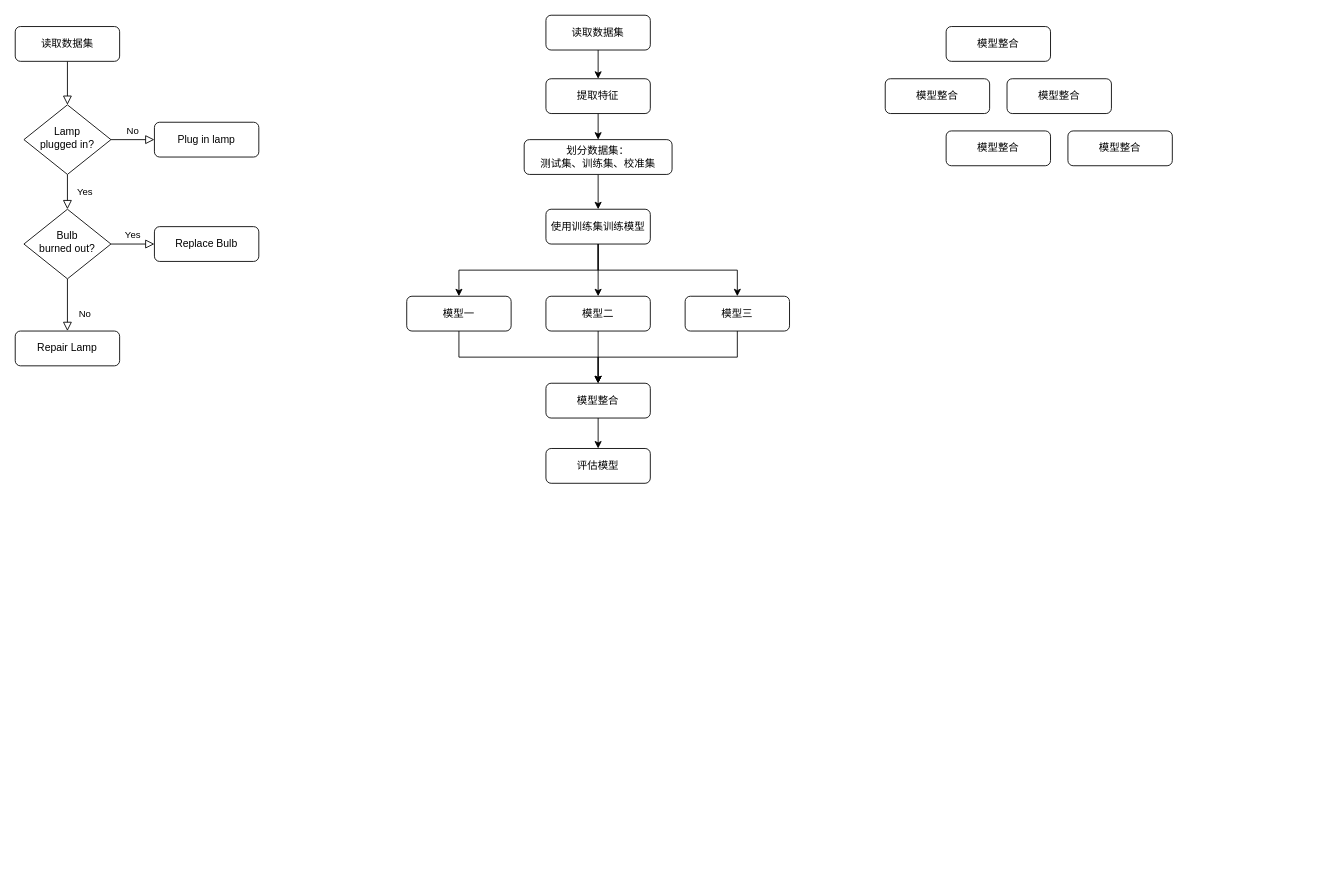
Wanwan0407/WanwanWork keeps this draw.io diagram as 未命名绘图.drawio. Above is the earlier version. Source tidied: cells renumbered, new cells numbered last; positions are measured from the earlier drawing's top-left corner, leaving out a move shared by most shapes. Both pictures are drawn from the tidied source at 87%, with x=0, y=0 at pixel (15, 15).
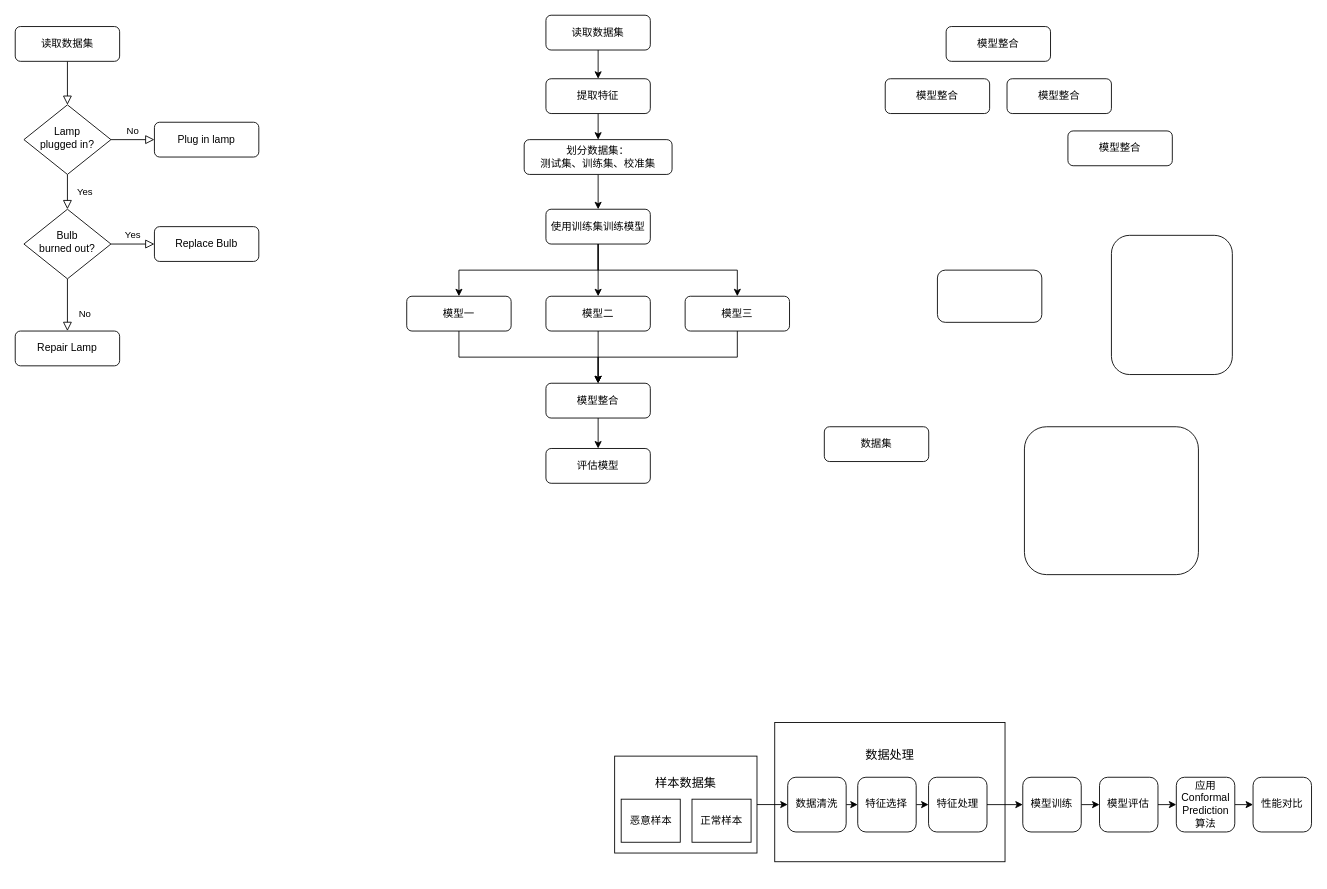
The same diagram, later.

Commit message:
更新未命名绘图.drawio

What changed in the source:
```diff
@@
-    <mxCell id="35" value="模型整合" style="rounded=1;whiteSpace=wrap;html=1;fontSize=12;glass=0;strokeWidth=1;shadow=0;" parent="1" vertex="1">
-      <mxGeometry x="1070" y="133" width="120" height="40" as="geometry" />
+    <mxCell id="35" style="rounded=1;whiteSpace=wrap;html=1;fontSize=12;glass=0;strokeWidth=1;shadow=0;" parent="1" vertex="1">
+      <mxGeometry x="1160" y="473" width="200" height="170" as="geometry" />
     </mxCell>
@@
+    <mxCell id="37" style="rounded=1;whiteSpace=wrap;html=1;" parent="1" vertex="1">
+      <mxGeometry x="1260" y="253" width="139" height="160" as="geometry" />
+    </mxCell>
+    <mxCell id="38" style="edgeStyle=orthogonalEdgeStyle;rounded=0;orthogonalLoop=1;jettySize=auto;html=1;exitX=0.5;exitY=1;exitDx=0;exitDy=0;" parent="1" edge="1" source="37" target="37">
+      <mxGeometry relative="1" as="geometry" />
+    </mxCell>
+    <mxCell id="39" style="rounded=1;whiteSpace=wrap;html=1;" parent="1" vertex="1">
+      <mxGeometry x="1060" y="293" width="120" height="60" as="geometry" />
+    </mxCell>
+    <mxCell id="40" value="数据集" style="rounded=1;whiteSpace=wrap;html=1;fontSize=12;glass=0;strokeWidth=1;shadow=0;" parent="1" vertex="1">
+      <mxGeometry x="930" y="473" width="120" height="40" as="geometry" />
+    </mxCell>
+    <mxCell id="41" style="group;" parent="1" vertex="1">
+      <mxGeometry x="689" y="813" width="801" height="160" as="geometry" />
+    </mxCell>
+    <mxCell id="42" style="group;" parent="41" vertex="1">
+      <mxGeometry y="38.6" width="163.6" height="111.4" as="geometry" />
+    </mxCell>
+    <mxCell id="43" value="&lt;div&gt;&lt;br&gt;&lt;/div&gt;&lt;div&gt;&lt;br&gt;&lt;/div&gt;&lt;div&gt;&lt;br&gt;&lt;/div&gt;&lt;div&gt;&lt;font style=&quot;font-size: 14px;&quot;&gt;样本数据集&lt;/font&gt;&lt;/div&gt;&lt;div&gt;&lt;font size=&quot;3&quot;&gt;&lt;br&gt;&lt;/font&gt;&lt;/div&gt;&lt;div&gt;&lt;font size=&quot;3&quot;&gt;&lt;br&gt;&lt;/font&gt;&lt;/div&gt;&lt;div&gt;&lt;font size=&quot;3&quot;&gt;&lt;br&gt;&lt;/font&gt;&lt;/div&gt;&lt;div&gt;&lt;font size=&quot;3&quot;&gt;&lt;br&gt;&lt;/font&gt;&lt;/div&gt;&lt;div&gt;&lt;br&gt;&lt;/div&gt;" style="rounded=0;whiteSpace=wrap;html=1;" parent="42" vertex="1">
+      <mxGeometry width="163.6" height="111.4" as="geometry" />
+    </mxCell>
+    <mxCell id="44" value="恶意样本" style="rounded=0;whiteSpace=wrap;html=1;" parent="42" vertex="1">
+      <mxGeometry x="7.5" y="49.5" width="67.9" height="49.5" as="geometry" />
+    </mxCell>
+    <mxCell id="45" value="正常样本" style="rounded=0;whiteSpace=wrap;html=1;" parent="42" vertex="1">
+      <mxGeometry x="88.9" y="49.5" width="67.9" height="49.5" as="geometry" />
+    </mxCell>
+    <mxCell id="46" style="edgeStyle=orthogonalEdgeStyle;rounded=0;jettySize=auto;html=1;exitX=1;exitY=0.5;exitDx=0;exitDy=0;entryX=0;entryY=0.5;entryDx=0;entryDy=0;" parent="41" edge="1" source="47" target="49">
+      <mxGeometry relative="1" as="geometry" />
+    </mxCell>
+    <mxCell id="47" value="模型训练" style="rounded=1;whiteSpace=wrap;html=1;" parent="41" vertex="1">
+      <mxGeometry x="469.1" y="62.9" width="67.2" height="62.9" as="geometry" />
+    </mxCell>
+    <mxCell id="48" style="edgeStyle=orthogonalEdgeStyle;rounded=0;jettySize=auto;html=1;exitX=1;exitY=0.5;exitDx=0;exitDy=0;entryX=0;entryY=0.5;entryDx=0;entryDy=0;" parent="41" edge="1" source="49" target="51">
+      <mxGeometry relative="1" as="geometry" />
+    </mxCell>
+    <mxCell id="49" value="模型评估" style="rounded=1;whiteSpace=wrap;html=1;" parent="41" vertex="1">
+      <mxGeometry x="557.3" y="62.9" width="67.2" height="62.9" as="geometry" />
+    </mxCell>
+    <mxCell id="50" style="edgeStyle=orthogonalEdgeStyle;rounded=0;jettySize=auto;html=1;exitX=1;exitY=0.5;exitDx=0;exitDy=0;entryX=0;entryY=0.5;entryDx=0;entryDy=0;" parent="41" edge="1" source="51" target="52">
+      <mxGeometry relative="1" as="geometry" />
+    </mxCell>
+    <mxCell id="51" value="应用&lt;div&gt;&lt;span style=&quot;color: rgba(0, 0, 0, 0); font-family: monospace; font-size: 0px; text-align: start; text-wrap: nowrap;&quot;&gt;3E&lt;/span&gt;Conformal Prediction算法&lt;/div&gt;" style="rounded=1;whiteSpace=wrap;html=1;" parent="41" vertex="1">
+      <mxGeometry x="645.6" y="62.9" width="67.2" height="62.9" as="geometry" />
+    </mxCell>
+    <mxCell id="52" value="性能对比" style="rounded=1;whiteSpace=wrap;html=1;" parent="41" vertex="1">
+      <mxGeometry x="733.8" y="62.9" width="67.2" height="62.9" as="geometry" />
+    </mxCell>
+    <mxCell id="53" style="group;" parent="41" vertex="1">
+      <mxGeometry x="184" width="264.7" height="160" as="geometry" />
+    </mxCell>
+    <mxCell id="54" value="&lt;div&gt;&lt;br&gt;&lt;/div&gt;&lt;div&gt;&lt;br&gt;&lt;/div&gt;&lt;div&gt;&lt;br&gt;&lt;/div&gt;&lt;div&gt;&lt;span style=&quot;font-size: 14px;&quot;&gt;数据处理&lt;/span&gt;&lt;/div&gt;&lt;div&gt;&lt;font size=&quot;3&quot;&gt;&lt;br&gt;&lt;/font&gt;&lt;/div&gt;&lt;div&gt;&lt;font size=&quot;3&quot;&gt;&lt;br&gt;&lt;/font&gt;&lt;/div&gt;&lt;div&gt;&lt;font size=&quot;3&quot;&gt;&lt;br&gt;&lt;/font&gt;&lt;/div&gt;&lt;div&gt;&lt;font size=&quot;3&quot;&gt;&lt;br&gt;&lt;/font&gt;&lt;/div&gt;&lt;div&gt;&lt;font size=&quot;3&quot;&gt;&lt;br&gt;&lt;/font&gt;&lt;/div&gt;&lt;div&gt;&lt;font size=&quot;3&quot;&gt;&lt;br&gt;&lt;/font&gt;&lt;/div&gt;&lt;div&gt;&lt;br&gt;&lt;/div&gt;" style="rounded=0;whiteSpace=wrap;html=1;" parent="53" vertex="1">
+      <mxGeometry width="264.7" height="160" as="geometry" />
+    </mxCell>
+    <mxCell id="55" style="edgeStyle=orthogonalEdgeStyle;rounded=0;jettySize=auto;html=1;exitX=1;exitY=0.5;exitDx=0;exitDy=0;entryX=0;entryY=0.5;entryDx=0;entryDy=0;" parent="53" edge="1" source="56" target="58">
+      <mxGeometry relative="1" as="geometry" />
+    </mxCell>
+    <mxCell id="56" value="数据清洗" style="rounded=1;whiteSpace=wrap;html=1;" parent="53" vertex="1">
+      <mxGeometry x="14.9" y="62.9" width="67.2" height="62.9" as="geometry" />
+    </mxCell>
+    <mxCell id="57" style="edgeStyle=orthogonalEdgeStyle;rounded=0;jettySize=auto;html=1;exitX=1;exitY=0.5;exitDx=0;exitDy=0;entryX=0;entryY=0.5;entryDx=0;entryDy=0;" parent="53" edge="1" source="58" target="59">
+      <mxGeometry relative="1" as="geometry" />
+    </mxCell>
+    <mxCell id="58" value="特征选择" style="rounded=1;whiteSpace=wrap;html=1;" parent="53" vertex="1">
+      <mxGeometry x="95.4" y="62.9" width="67.2" height="62.9" as="geometry" />
+    </mxCell>
+    <mxCell id="59" value="特征处理" style="rounded=1;whiteSpace=wrap;html=1;" parent="53" vertex="1">
+      <mxGeometry x="176.8" y="62.9" width="67.2" height="62.9" as="geometry" />
+    </mxCell>
+    <mxCell id="60" style="edgeStyle=orthogonalEdgeStyle;rounded=0;jettySize=auto;html=1;exitX=1;exitY=0.5;exitDx=0;exitDy=0;entryX=0;entryY=0.5;entryDx=0;entryDy=0;" parent="41" edge="1" source="43" target="56">
+      <mxGeometry relative="1" as="geometry" />
+    </mxCell>
+    <mxCell id="61" style="edgeStyle=orthogonalEdgeStyle;rounded=0;jettySize=auto;html=1;exitX=1;exitY=0.5;exitDx=0;exitDy=0;entryX=0;entryY=0.5;entryDx=0;entryDy=0;" parent="41" edge="1" source="59" target="47">
+      <mxGeometry relative="1" as="geometry" />
+    </mxCell>
```
